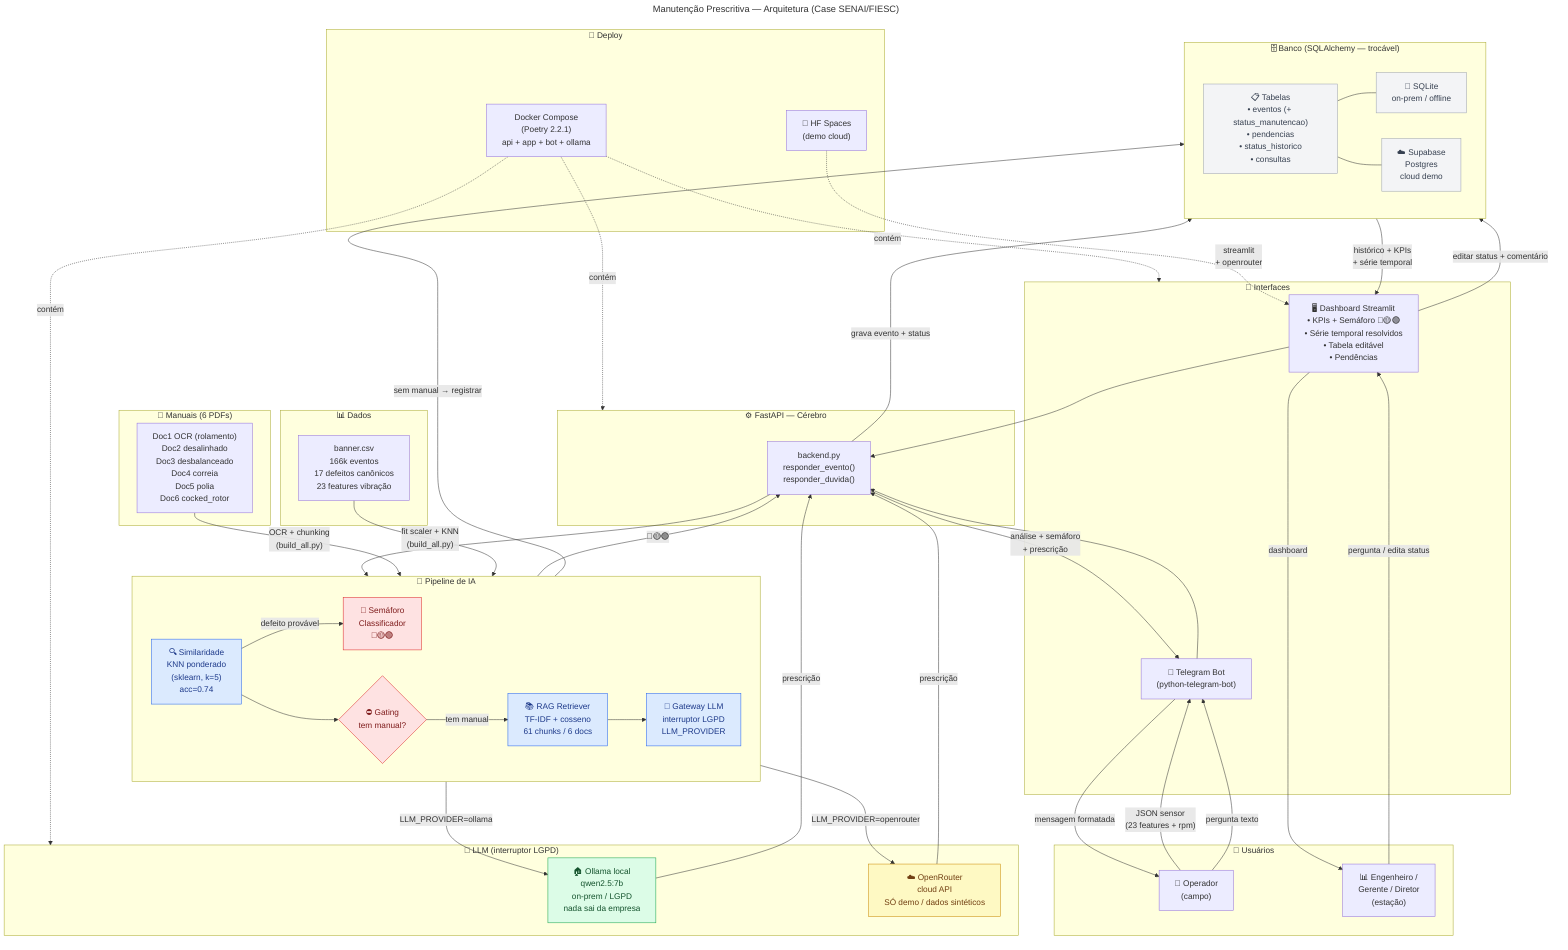
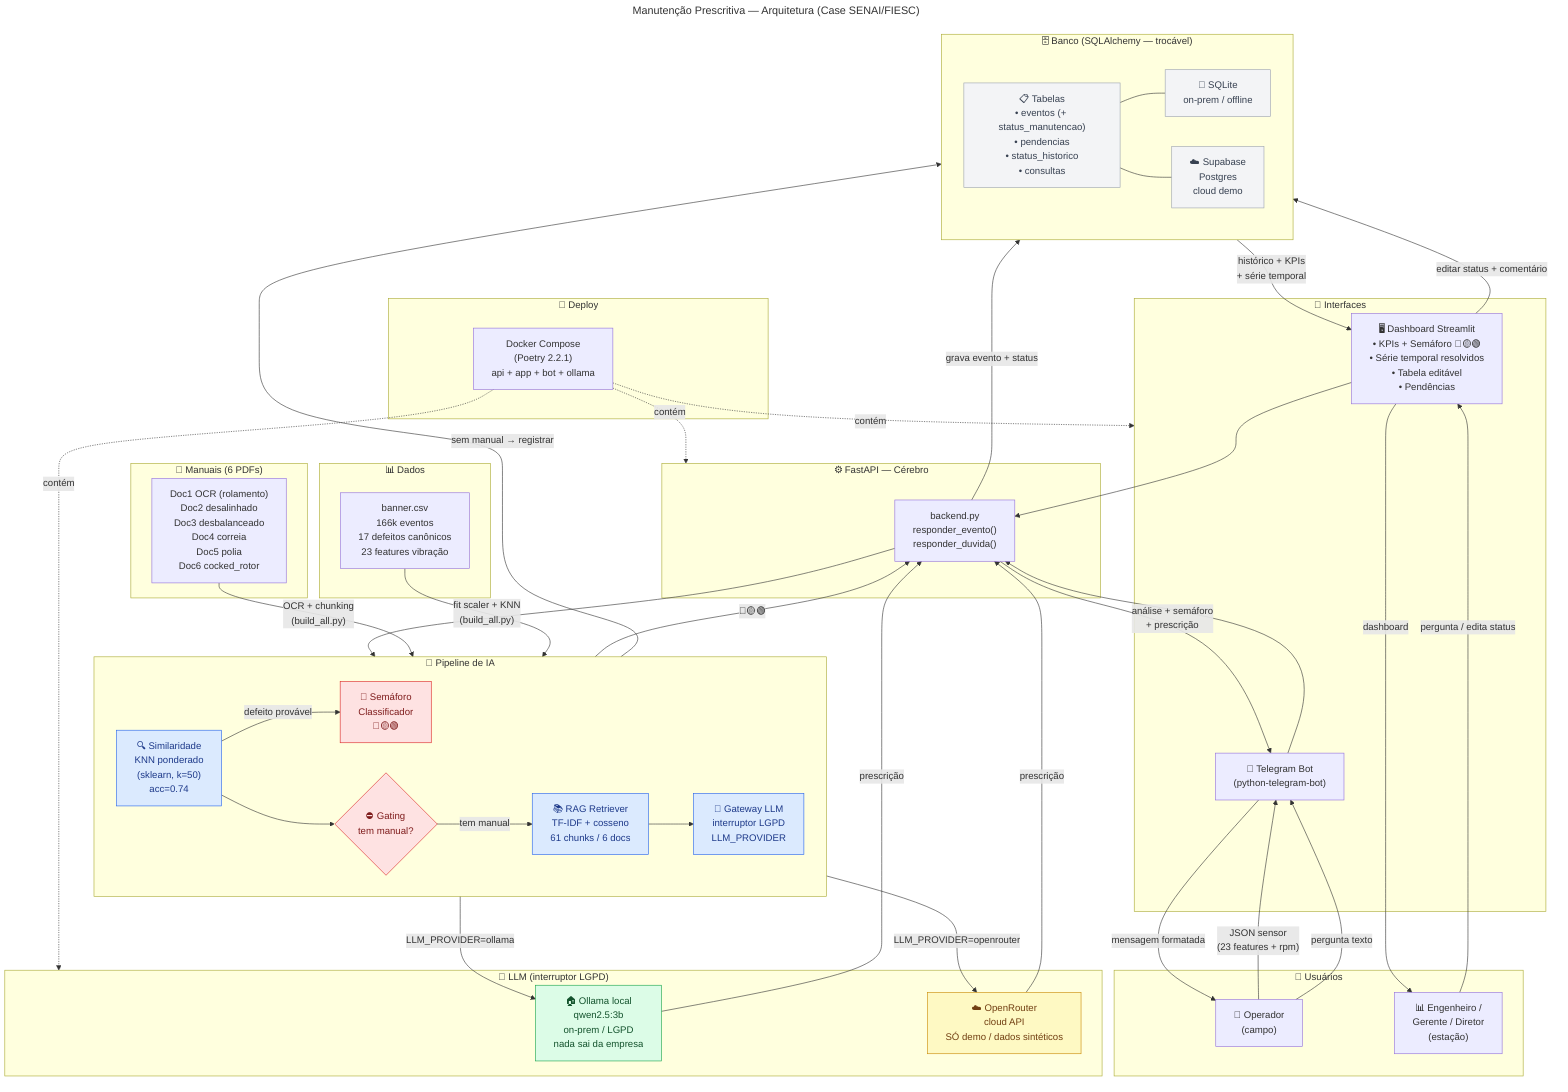
---
title: Manutenção Prescritiva — Arquitetura (Case SENAI/FIESC)
---
flowchart TB
    %% ── Atores externos ──────────────────────────────────────────
    subgraph USUARIOS["👥 Usuários"]
        OP["🔧 Operador\n(campo)"]
        ENG["📊 Engenheiro /\nGerente / Diretor\n(estação)"]
    end

    %% ── Interfaces ───────────────────────────────────────────────
    subgraph INTERFACES["📡 Interfaces"]
        TG["🤖 Telegram Bot\n(python-telegram-bot)"]
        ST["🖥️ Dashboard Streamlit\n• KPIs + Semáforo 🔴🟡🟢\n• Série temporal resolvidos\n• Tabela editável\n• Pendências"]
    end

    %% ── API ──────────────────────────────────────────────────────
    subgraph API["⚙️ FastAPI — Cérebro"]
        BE["backend.py\nresponder_evento()\nresponder_duvida()"]
    end

    %% ── Pipeline de IA ───────────────────────────────────────────
    subgraph PIPELINE["🧠 Pipeline de IA"]
        direction LR
-         SIM["🔍 Similaridade\nKNN ponderado\n(sklearn, k=5)\nacc=0.74"]
+         SIM["🔍 Similaridade\nKNN ponderado\n(sklearn, k=50)\nacc=0.74"]
        SEM["🚦 Semáforo\nClassificador\n🔴🟡🟢"]
        RAG["📚 RAG Retriever\nTF-IDF + cosseno\n61 chunks / 6 docs"]
        GATE{"⛔ Gating\ntem manual?"}
        LLM_GW["🔀 Gateway LLM\ninterruptor LGPD\nLLM_PROVIDER"]
    end

    %% ── LLM ──────────────────────────────────────────────────────
    subgraph LLM_LAYER["🤖 LLM (interruptor LGPD)"]
-         OLL["🏠 Ollama local\nqwen2.5:7b\non-prem / LGPD\nnada sai da empresa"]
+         OLL["🏠 Ollama local\nqwen2.5:3b\non-prem / LGPD\nnada sai da empresa"]
        OR["☁️ OpenRouter\ncloud API\nSÓ demo / dados sintéticos"]
    end

    %% ── Persistência ─────────────────────────────────────────────
    subgraph DB_LAYER["🗄️ Banco (SQLAlchemy — trocável)"]
        direction LR
        SQLITE["💾 SQLite\non-prem / offline"]
        SUPA["☁️ Supabase\nPostgres\ncloud demo"]
        TABS["📋 Tabelas\n• eventos (+ status_manutencao)\n• pendencias\n• status_historico\n• consultas"]
    end

    %% ── Documentos ───────────────────────────────────────────────
    subgraph DOCS["📄 Manuais (6 PDFs)"]
        PDF["Doc1 OCR (rolamento)\nDoc2 desalinhado\nDoc3 desbalanceado\nDoc4 correia\nDoc5 polia\nDoc6 cocked_rotor"]
    end

    %% ── Dados históricos ─────────────────────────────────────────
    subgraph DADOS["📊 Dados"]
        CSV["banner.csv\n166k eventos\n17 defeitos canônicos\n23 features vibração"]
    end

    %% ── Deploy ───────────────────────────────────────────────────
    subgraph DEPLOY["🐳 Deploy"]
        DOC["Docker Compose\n(Poetry 2.2.1)\napi + app + bot + ollama"]
-         HF["🤗 HF Spaces\n(demo cloud)"]
    end

    %% ── Fluxo principal ──────────────────────────────────────────
    OP -->|"JSON sensor\n(23 features + rpm)"| TG
    OP -->|"pergunta texto"| TG
    ENG -->|"pergunta / edita status"| ST

    TG --> BE
    ST --> BE
    ST -->|"editar status + comentário"| TABS

    BE --> SIM
    SIM -->|"defeito provável"| SEM
    SEM -->|"🔴🟡🟢"| BE
    SIM --> GATE
    GATE -->|"tem manual"| RAG
    GATE -->|"sem manual → registrar"| TABS
    RAG --> LLM_GW
    LLM_GW -->|"LLM_PROVIDER=ollama"| OLL
    LLM_GW -->|"LLM_PROVIDER=openrouter"| OR
    OLL -->|"prescrição"| BE
    OR -->|"prescrição"| BE

    BE -->|"grava evento + status"| TABS
    TABS --- SQLITE
    TABS --- SUPA

    %% ── Alimentação dos índices ───────────────────────────────────
    PDF -->|"OCR + chunking\n(build_all.py)"| RAG
    CSV -->|"fit scaler + KNN\n(build_all.py)"| SIM

    %% ── Resposta ao usuário ───────────────────────────────────────
    BE -->|"análise + semáforo\n+ prescrição"| TG
    TG -->|"mensagem formatada"| OP
    TABS -->|"histórico + KPIs\n+ série temporal"| ST
    ST -->|"dashboard"| ENG

    %% ── Deploy hospeda tudo ───────────────────────────────────────
    DOC -.->|"contém"| API
    DOC -.->|"contém"| INTERFACES
    DOC -.->|"contém"| LLM_LAYER
-     HF -.->|"streamlit\n+ openrouter"| ST

    %% ── Estilos ──────────────────────────────────────────────────
    classDef vermelho fill:#fee2e2,stroke:#dc2626,color:#7f1d1d
    classDef amarelo  fill:#fef9c3,stroke:#ca8a04,color:#713f12
    classDef verde    fill:#dcfce7,stroke:#16a34a,color:#14532d
    classDef azul     fill:#dbeafe,stroke:#2563eb,color:#1e3a8a
    classDef cinza    fill:#f3f4f6,stroke:#9ca3af,color:#374151

    class OLL verde
    class OR amarelo
    class GATE,SEM vermelho
    class SIM,RAG,LLM_GW azul
    class SQLITE,SUPA,TABS cinza
